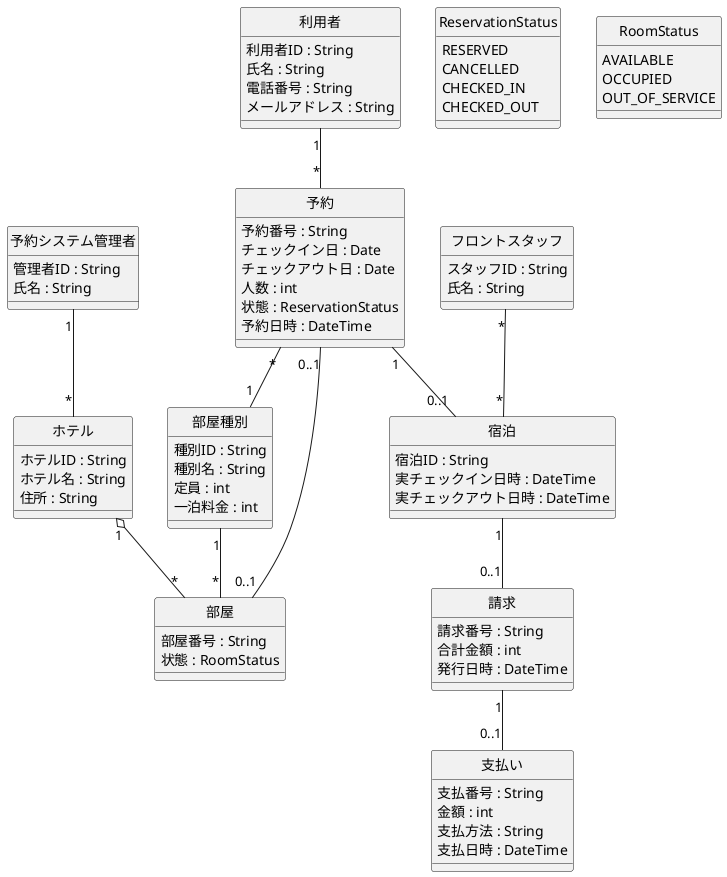
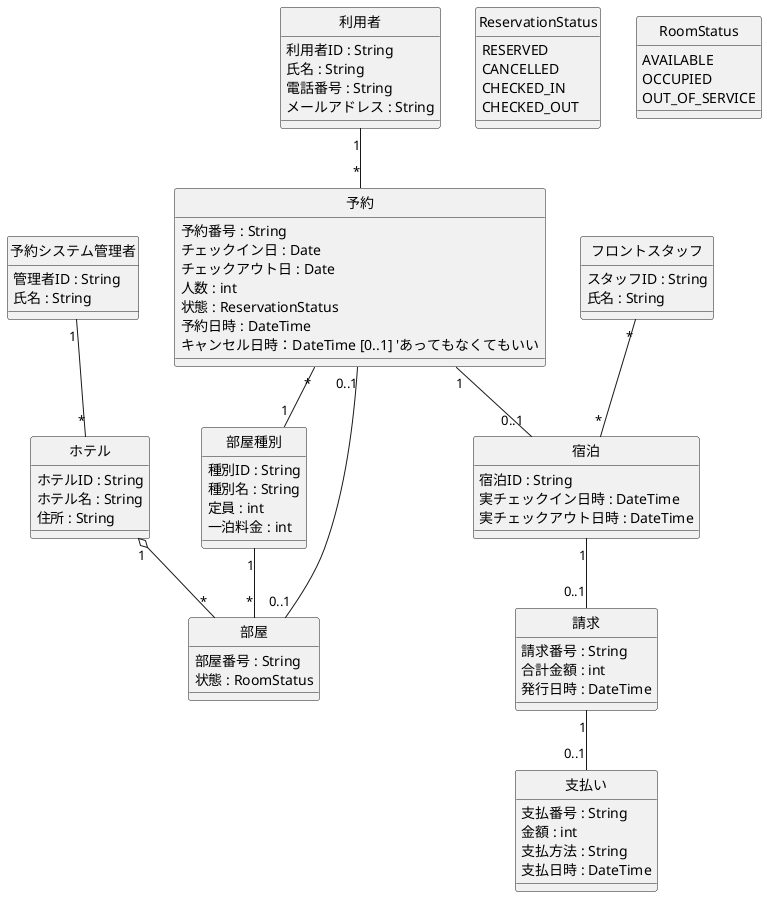
@startuml domain_class
- ' ============================================================
- ' HRS 概念クラス図（演習1 / ドメイン分析）日本語・型つき版
- ' 設計クラス図に合わせて更新（フロントスタッフ／予約システム管理者を分離）
- '
- ' 概念レベルなので、操作（メソッド）と誘導可能性（矢印）は描かない。
- ' 状態は列挙を型として指す（点線の依存は描かない）。
- ' ============================================================

skinparam classAttributeIconSize 0
hide circle

class 利用者 {
  利用者ID : String
  氏名 : String
  電話番号 : String
  メールアドレス : String
}

class 予約システム管理者 {
  管理者ID : String
  氏名 : String
}

class フロントスタッフ {
  スタッフID : String
  氏名 : String
}

class ホテル {
  ホテルID : String
  ホテル名 : String
  住所 : String
}

class 部屋種別 {
  種別ID : String
  種別名 : String
  定員 : int
  一泊料金 : int
}

class 部屋 {
  部屋番号 : String
  状態 : RoomStatus
}

class 予約 {
  予約番号 : String
  チェックイン日 : Date
  チェックアウト日 : Date
  人数 : int
  状態 : ReservationStatus
  予約日時 : DateTime
+   キャンセル日時：DateTime [0..1] 'あってもなくてもいい
}

class 宿泊 {
  宿泊ID : String
  実チェックイン日時 : DateTime
  実チェックアウト日時 : DateTime
}

class 請求 {
  請求番号 : String
  合計金額 : int
  発行日時 : DateTime
}

class 支払い {
  支払番号 : String
  金額 : int
  支払方法 : String
  支払日時 : DateTime
}

enum ReservationStatus {
  RESERVED
  CANCELLED
  CHECKED_IN
  CHECKED_OUT
}

enum RoomStatus {
  AVAILABLE
  OCCUPIED
  OUT_OF_SERVICE
}

' ============================================================
' 関係と多重度（概念レベルなので向きは付けない）
' ============================================================
ホテル              "1"    o-- "*"    部屋
部屋種別            "1"    --  "*"    部屋
利用者                "1"    --  "*"    予約
予約                "*"    --  "1"    部屋種別
予約                "0..1" --  "0..1" 部屋
予約                "1"    --  "0..1" 宿泊
宿泊                "1"    --  "0..1" 請求
請求                "1"    --  "0..1" 支払い
予約システム管理者  "1"    --  "*"    ホテル
フロントスタッフ    "*"    --  "*"    宿泊

@enduml
